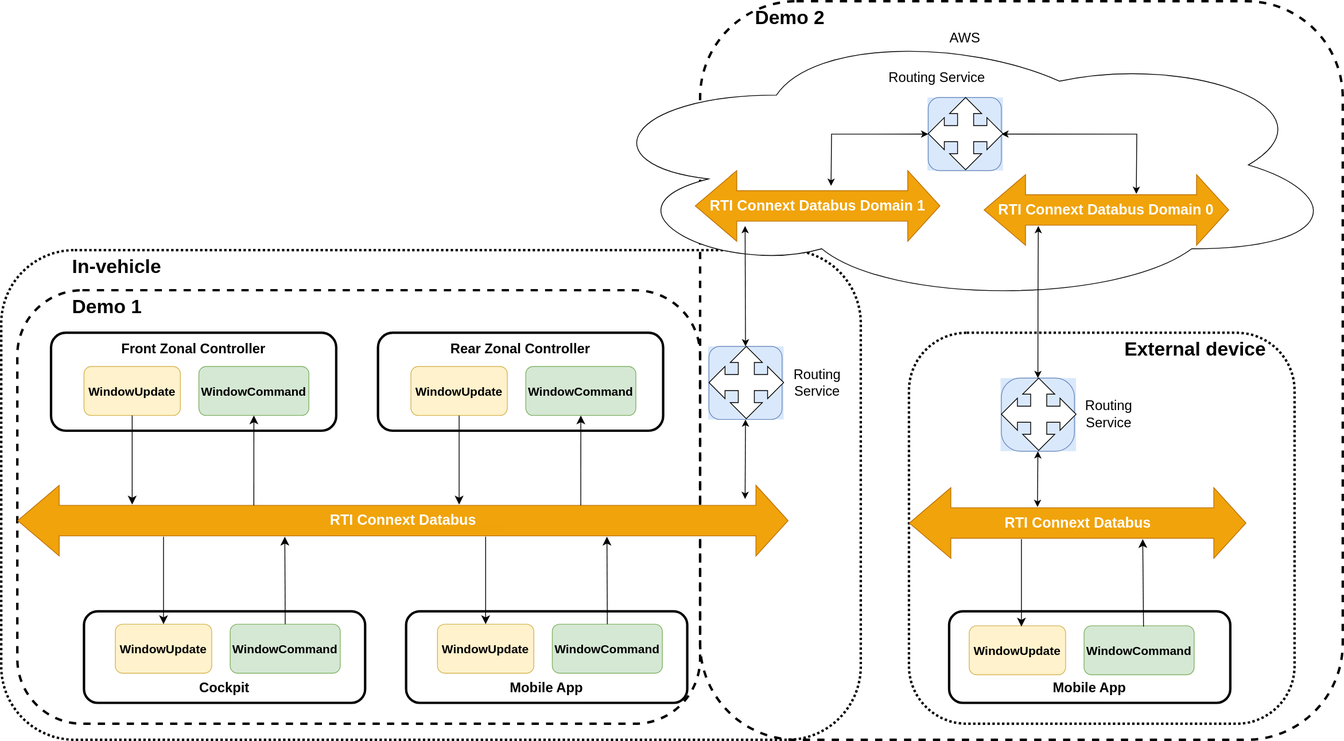
Earlier version of the draw.io export resource/system_diagram.svg (rticommunity/rticonnextdds-automotive-reference-architecture). Source tidied: cells renumbered, new cells last; positions are measured from the earlier drawing's top-left corner, leaving out a move shared by most shapes.
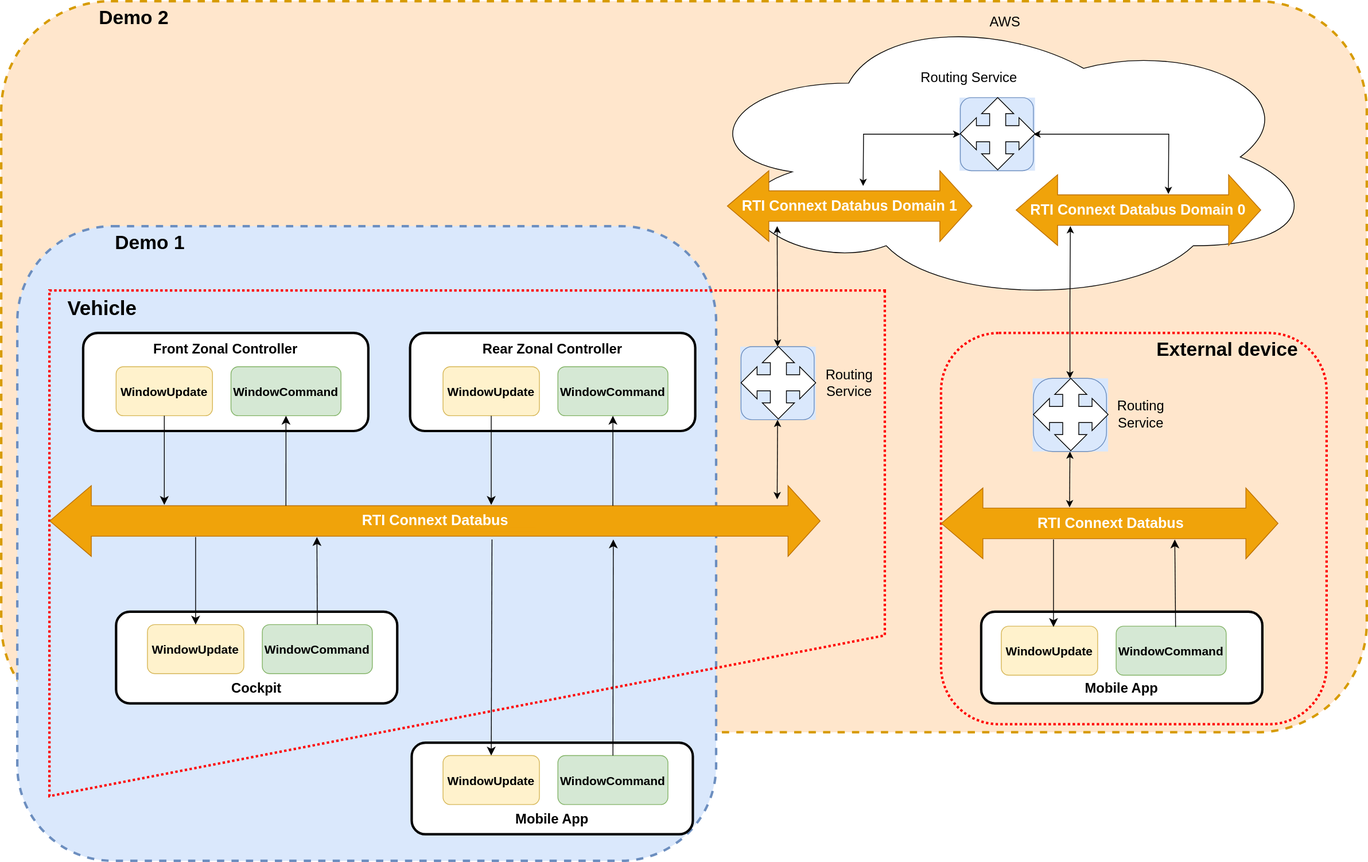
After the change.

What changed in the source:
```diff
@@ -2,21 +2,21 @@
   <root>
     <mxCell id="0" />
     <mxCell id="1" parent="0" />
-    <mxCell id="2" value="&lt;font style=&quot;font-size: 24px;&quot;&gt;&lt;b&gt;&amp;nbsp; &amp;nbsp; &amp;nbsp; &amp;nbsp; &amp;nbsp; Demo 2&lt;/b&gt;&lt;/font&gt;" style="rounded=1;whiteSpace=wrap;html=1;fillColor=none;align=left;verticalAlign=top;strokeWidth=3;dashed=1;" parent="1" vertex="1">
-      <mxGeometry x="870" width="800" height="920" as="geometry" />
+    <mxCell id="2" value="&lt;font style=&quot;font-size: 24px;&quot;&gt;&lt;b&gt;&amp;nbsp; &amp;nbsp; &amp;nbsp; &amp;nbsp; &amp;nbsp; &amp;nbsp; &amp;nbsp; &amp;nbsp; &amp;nbsp; Demo 2&lt;/b&gt;&lt;/font&gt;" style="rounded=1;whiteSpace=wrap;html=1;fillColor=#ffe6cc;align=left;verticalAlign=top;strokeWidth=3;dashed=1;strokeColor=#d79b00;" parent="1" vertex="1">
+      <mxGeometry x="-40" width="1700" height="910" as="geometry" />
     </mxCell>
+    <mxCell id="5" value="&lt;font style=&quot;font-size: 24px;&quot;&gt;&lt;b&gt;&amp;nbsp; &amp;nbsp; &amp;nbsp; &amp;nbsp; &amp;nbsp; &amp;nbsp; &amp;nbsp; &amp;nbsp; &amp;nbsp; Demo 1&lt;/b&gt;&lt;/font&gt;" style="rounded=1;whiteSpace=wrap;html=1;fillColor=#dae8fc;align=left;verticalAlign=top;strokeWidth=3;dashed=1;strokeColor=#6c8ebf;" parent="1" vertex="1">
+      <mxGeometry x="-20" y="280" width="870" height="790" as="geometry" />
+    </mxCell>
+    <mxCell id="55" value="&amp;nbsp; &amp;nbsp;Vehicle" style="shape=manualInput;whiteSpace=wrap;html=1;direction=west;size=200;fillColor=none;verticalAlign=top;align=left;fontSize=25;fontStyle=1;strokeColor=#FF0000;dashed=1;dashPattern=1 1;strokeWidth=3;" parent="1" vertex="1">
+      <mxGeometry x="20" y="360" width="1040" height="629.5" as="geometry" />
+    </mxCell>
+    <mxCell id="6" value="AWS" style="ellipse;shape=cloud;whiteSpace=wrap;html=1;align=center;fontSize=17;verticalAlign=top;" parent="1" vertex="1">
+      <mxGeometry x="820" y="10" width="780" height="368" as="geometry" />
+    </mxCell>
-    <mxCell id="3" value="&lt;span style=&quot;font-size: 24px;&quot;&gt;&lt;b&gt;External device&amp;nbsp; &amp;nbsp; &amp;nbsp;&lt;/b&gt;&lt;/span&gt;" style="rounded=1;whiteSpace=wrap;html=1;fillColor=none;align=right;verticalAlign=top;strokeWidth=3;dashed=1;dashPattern=1 1;" parent="1" vertex="1">
+    <mxCell id="3" value="&lt;span style=&quot;font-size: 24px;&quot;&gt;&lt;b&gt;External device&amp;nbsp; &amp;nbsp; &amp;nbsp;&lt;/b&gt;&lt;/span&gt;" style="rounded=1;whiteSpace=wrap;html=1;fillColor=none;align=right;verticalAlign=top;strokeWidth=3;dashed=1;dashPattern=1 1;strokeColor=light-dark(#ff0000, #ededed);" parent="1" vertex="1">
       <mxGeometry x="1130" y="413" width="480" height="487" as="geometry" />
     </mxCell>
-    <mxCell id="4" value="&lt;span style=&quot;font-size: 24px;&quot;&gt;&lt;b&gt;&amp;nbsp; &amp;nbsp; &amp;nbsp; &amp;nbsp; &amp;nbsp; &amp;nbsp; &amp;nbsp;In-vehicle&lt;/b&gt;&lt;/span&gt;" style="rounded=1;whiteSpace=wrap;html=1;fillColor=none;align=left;verticalAlign=top;strokeWidth=3;dashed=1;dashPattern=1 1;" parent="1" vertex="1">
-      <mxGeometry y="310" width="1070" height="610" as="geometry" />
-    </mxCell>
-    <mxCell id="5" value="&lt;font style=&quot;font-size: 24px;&quot;&gt;&lt;b&gt;&amp;nbsp; &amp;nbsp; &amp;nbsp; &amp;nbsp; &amp;nbsp; Demo 1&lt;/b&gt;&lt;/font&gt;" style="rounded=1;whiteSpace=wrap;html=1;fillColor=none;align=left;verticalAlign=top;strokeWidth=3;dashed=1;" parent="1" vertex="1">
-      <mxGeometry x="20" y="360" width="850" height="540" as="geometry" />
-    </mxCell>
-    <mxCell id="6" value="AWS" style="ellipse;shape=cloud;whiteSpace=wrap;html=1;align=center;fontSize=17;verticalAlign=top;" parent="1" vertex="1">
-      <mxGeometry x="730" y="30" width="940" height="348" as="geometry" />
-    </mxCell>
     <mxCell id="7" style="group;fillColor=#dae8fc;strokeColor=none;" parent="1" vertex="1">
       <mxGeometry x="880" y="430" width="94" height="91" as="geometry" />
     </mxCell>
@@ -134,24 +134,14 @@
       </mxGeometry>
     </mxCell>
     <mxCell id="37" value="&lt;br&gt;&lt;br&gt;&lt;br&gt;&lt;div&gt;&lt;br&gt;&lt;/div&gt;&lt;b&gt;&lt;font style=&quot;font-size: 17px;&quot;&gt;&lt;br&gt;Mobile App&lt;/font&gt;&lt;/b&gt;" style="rounded=1;whiteSpace=wrap;html=1;strokeWidth=3;" parent="1" vertex="1">
-      <mxGeometry x="504" y="760" width="350" height="114" as="geometry" />
+      <mxGeometry x="471" y="923" width="350" height="114" as="geometry" />
     </mxCell>
     <mxCell id="38" value="&lt;b&gt;&lt;font style=&quot;font-size: 15px;&quot;&gt;WindowUpdate&lt;/font&gt;&lt;/b&gt;" style="rounded=1;whiteSpace=wrap;html=1;fillColor=#fff2cc;strokeColor=#d6b656;" parent="1" vertex="1">
-      <mxGeometry x="543" y="776" width="120" height="61" as="geometry" />
+      <mxGeometry x="510" y="939" width="120" height="61" as="geometry" />
     </mxCell>
     <mxCell id="39" value="&lt;b&gt;&lt;font style=&quot;font-size: 15px;&quot;&gt;WindowCommand&lt;/font&gt;&lt;/b&gt;" style="rounded=1;whiteSpace=wrap;html=1;fillColor=#d5e8d4;strokeColor=#82b366;" parent="1" vertex="1">
-      <mxGeometry x="686" y="776" width="137" height="61" as="geometry" />
+      <mxGeometry x="653" y="939" width="137" height="61" as="geometry" />
     </mxCell>
-    <mxCell id="40" style="endArrow=classic;html=1;rounded=0;fontSize=12;startSize=8;endSize=8;entryX=0.5;entryY=0;entryDx=0;entryDy=0;" parent="1" edge="1" target="38">
-      <mxGeometry relative="1" as="geometry">
-        <mxPoint x="603" y="667" as="sourcePoint" />
-      </mxGeometry>
-    </mxCell>
-    <mxCell id="41" style="endArrow=classic;html=1;rounded=0;fontSize=12;startSize=8;endSize=8;exitX=0.5;exitY=0;exitDx=0;exitDy=0;" parent="1" edge="1" source="39">
-      <mxGeometry relative="1" as="geometry">
-        <mxPoint x="754" y="667" as="targetPoint" />
-      </mxGeometry>
-    </mxCell>
     <mxCell id="42" value="&lt;font color=&quot;#ffffff&quot;&gt;&lt;b&gt;RTI Connext Databus Domain 0&lt;/b&gt;&lt;/font&gt;" style="shape=flexArrow;endArrow=classic;startArrow=classic;html=1;rounded=0;endWidth=49;endSize=13;startWidth=49;startSize=16.87;width=38;fillColor=#f0a30a;strokeColor=#BD7000;labelBackgroundColor=none;fontSize=18;" parent="1" edge="1">
       <mxGeometry relative="1" as="geometry">
         <mxPoint x="1223" y="260" as="sourcePoint" />
@@ -207,5 +197,15 @@
     <mxCell id="54" value="Routing Service" style="text;html=1;align=center;verticalAlign=middle;whiteSpace=wrap;rounded=0;fontSize=17;" parent="1" vertex="1">
       <mxGeometry x="1349" y="500" width="60" height="30" as="geometry" />
     </mxCell>
+    <mxCell id="40" style="endArrow=classic;html=1;rounded=0;fontSize=12;startSize=8;endSize=8;entryX=0.5;entryY=0;entryDx=0;entryDy=0;" parent="1" edge="1" target="38">
+      <mxGeometry relative="1" as="geometry">
+        <mxPoint x="571" y="670" as="sourcePoint" />
+      </mxGeometry>
+    </mxCell>
+    <mxCell id="41" style="endArrow=classic;html=1;rounded=0;fontSize=12;startSize=8;endSize=8;" parent="1" edge="1" source="39">
+      <mxGeometry relative="1" as="geometry">
+        <mxPoint x="722" y="670" as="targetPoint" />
+      </mxGeometry>
+    </mxCell>
   </root>
 </mxGraphModel>
```
